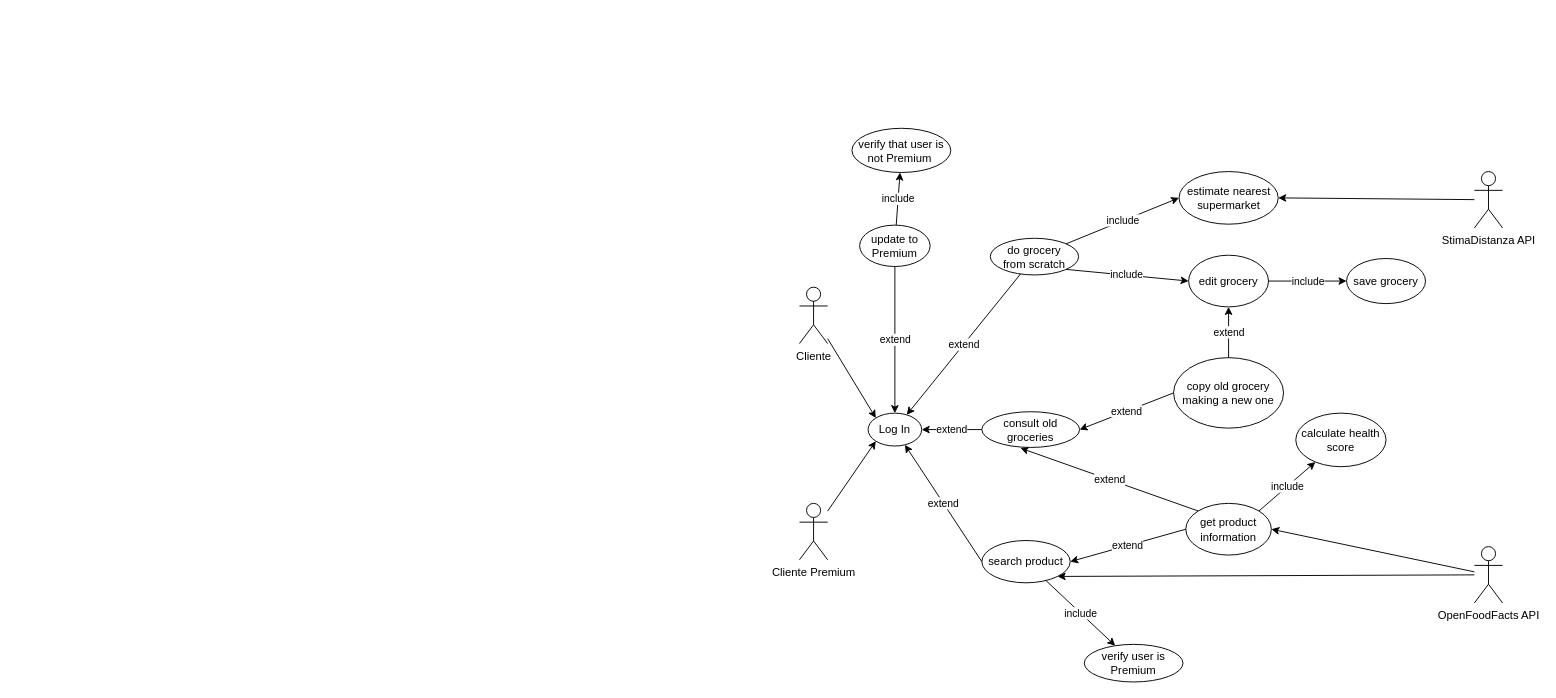
FredHats99/HealthyCart keeps this draw.io diagram as others/Use Cases/Use_Case_Diagram.drawio. Above is the earlier version. Source tidied: cells renumbered, new cells numbered last; positions are measured from the earlier drawing's top-left corner, leaving out a move shared by most shapes. Both pictures are drawn from the tidied source at 94%, with x=0, y=0 at pixel (799, 128).
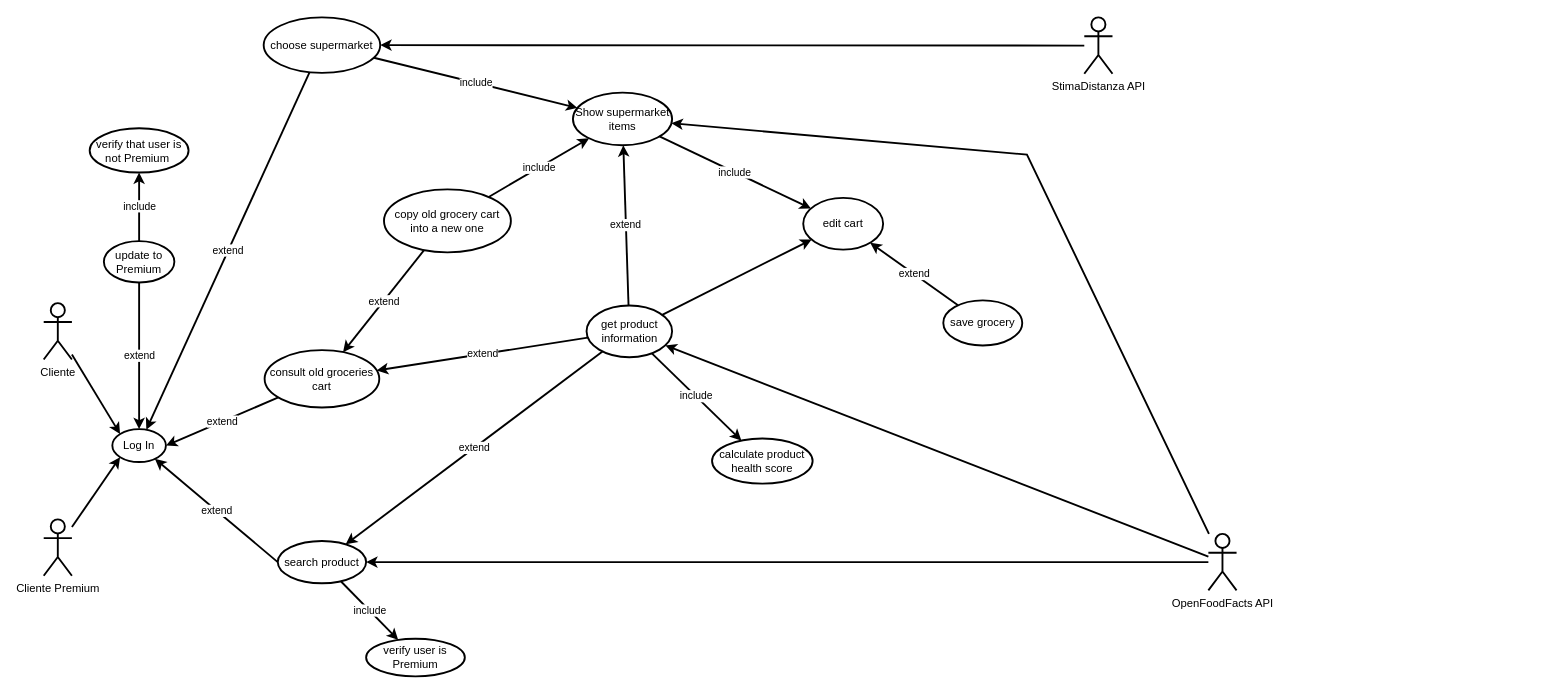
Above is the later version.

Commit message (it also covers changes not shown here):
working on UC and BCE diagram

The edit, as a diff of the source:
```diff
@@
-    <mxCell id="2" value="Cliente&lt;br&gt;" style="shape=umlActor;verticalLabelPosition=bottom;verticalAlign=top;html=1;outlineConnect=0;" parent="1" vertex="1">
-      <mxGeometry y="169" width="30" height="60" as="geometry" />
+    <mxCell id="2" value="Cliente&lt;br&gt;" style="shape=umlActor;verticalLabelPosition=bottom;verticalAlign=top;html=1;outlineConnect=0;shadow=0;strokeWidth=2;" parent="1" vertex="1">
+      <mxGeometry x="-804" y="186" width="30" height="60" as="geometry" />
     </mxCell>
-    <mxCell id="3" value="estimate nearest supermarket" style="ellipse;whiteSpace=wrap;html=1;" parent="1" vertex="1">
-      <mxGeometry x="403.8" y="46" width="105.5" height="56" as="geometry" />
+    <mxCell id="3" value="Show supermarket items" style="ellipse;whiteSpace=wrap;html=1;shadow=0;strokeWidth=2;" parent="1" vertex="1">
+      <mxGeometry x="-241" y="-38" width="105.5" height="56" as="geometry" />
     </mxCell>
-    <mxCell id="4" value="edit grocery" style="ellipse;whiteSpace=wrap;html=1;" parent="1" vertex="1">
-      <mxGeometry x="414" y="135" width="85" height="55" as="geometry" />
+    <mxCell id="4" value="edit cart" style="ellipse;whiteSpace=wrap;html=1;shadow=0;strokeWidth=2;" parent="1" vertex="1">
+      <mxGeometry x="4" y="74" width="85" height="55" as="geometry" />
     </mxCell>
-    <mxCell id="5" value="save grocery" style="ellipse;whiteSpace=wrap;html=1;" parent="1" vertex="1">
-      <mxGeometry x="582" y="138.5" width="84" height="48" as="geometry" />
+    <mxCell id="5" value="save grocery" style="ellipse;whiteSpace=wrap;html=1;shadow=0;strokeWidth=2;" parent="1" vertex="1">
+      <mxGeometry x="153" y="183" width="84" height="48" as="geometry" />
     </mxCell>
-    <mxCell id="6" value="extend" style="edgeStyle=none;rounded=0;jettySize=auto;html=1;" parent="1" edge="1" source="7" target="28">
+    <mxCell id="6" value="extend" style="edgeStyle=none;rounded=0;jettySize=auto;html=1;shadow=0;strokeWidth=2;" parent="1" edge="1" source="7" target="28">
       <mxGeometry relative="1" as="geometry" />
     </mxCell>
-    <mxCell id="7" value="do grocery&lt;br&gt;from scratch" style="ellipse;whiteSpace=wrap;html=1;" parent="1" vertex="1">
-      <mxGeometry x="203" y="117" width="94" height="39" as="geometry" />
+    <mxCell id="7" value="choose supermarket" style="ellipse;whiteSpace=wrap;html=1;shadow=0;strokeWidth=2;" parent="1" vertex="1">
+      <mxGeometry x="-570" y="-118" width="124" height="59" as="geometry" />
     </mxCell>
+    <mxCell id="38" style="edgeStyle=none;rounded=0;sketch=0;jettySize=auto;html=1;shadow=0;strokeColor=default;strokeWidth=2;startArrow=none;startFill=0;endArrow=classic;endFill=1;" parent="1" edge="1" source="8" target="3">
+      <mxGeometry relative="1" as="geometry">
+        <Array as="points">
+          <mxPoint x="242" y="28" />
+        </Array>
+      </mxGeometry>
+    </mxCell>
-    <mxCell id="8" value="OpenFoodFacts API&lt;br&gt;" style="shape=umlActor;verticalLabelPosition=bottom;verticalAlign=top;html=1;outlineConnect=0;" parent="1" vertex="1">
-      <mxGeometry x="718" y="445" width="30" height="60" as="geometry" />
+    <mxCell id="8" value="OpenFoodFacts API&lt;br&gt;" style="shape=umlActor;verticalLabelPosition=bottom;verticalAlign=top;html=1;outlineConnect=0;shadow=0;strokeWidth=2;" parent="1" vertex="1">
+      <mxGeometry x="435" y="431.5" width="30" height="60" as="geometry" />
     </mxCell>
-    <mxCell id="9" value="StimaDistanza API" style="shape=umlActor;verticalLabelPosition=bottom;verticalAlign=top;html=1;outlineConnect=0;" parent="1" vertex="1">
-      <mxGeometry x="718" y="46" width="30" height="60" as="geometry" />
+    <mxCell id="9" value="StimaDistanza API" style="shape=umlActor;verticalLabelPosition=bottom;verticalAlign=top;html=1;outlineConnect=0;shadow=0;strokeWidth=2;" parent="1" vertex="1">
+      <mxGeometry x="303" y="-118" width="30" height="60" as="geometry" />
     </mxCell>
-    <mxCell id="10" value="include" style="edgeStyle=none;rounded=0;jettySize=auto;html=1;" parent="1" edge="1" source="11" target="37">
+    <mxCell id="10" value="include" style="edgeStyle=none;rounded=0;jettySize=auto;html=1;shadow=0;strokeWidth=2;" parent="1" edge="1" source="11" target="37">
       <mxGeometry relative="1" as="geometry" />
     </mxCell>
-    <mxCell id="11" value="search product" style="ellipse;whiteSpace=wrap;html=1;" parent="1" vertex="1">
-      <mxGeometry x="194" y="438.5" width="94" height="45" as="geometry" />
+    <mxCell id="11" value="search product" style="ellipse;whiteSpace=wrap;html=1;shadow=0;strokeWidth=2;" parent="1" vertex="1">
+      <mxGeometry x="-555" y="439" width="94" height="45" as="geometry" />
     </mxCell>
-    <mxCell id="12" style="endArrow=classic;html=1;rounded=0;entryX=1;entryY=1;entryDx=0;entryDy=0;" parent="1" edge="1" source="8" target="11">
+    <mxCell id="12" style="endArrow=classic;html=1;rounded=0;shadow=0;strokeWidth=2;" parent="1" edge="1" source="8" target="11">
       <mxGeometry relative="1" as="geometry" />
     </mxCell>
-    <mxCell id="13" value="include" style="endArrow=classic;html=1;rounded=0;exitX=1;exitY=0;exitDx=0;exitDy=0;" parent="1" edge="1" source="16" target="14">
+    <mxCell id="13" value="include" style="endArrow=classic;html=1;rounded=0;shadow=0;strokeWidth=2;" parent="1" edge="1" source="16" target="14">
       <mxGeometry relative="1" as="geometry" />
     </mxCell>
-    <mxCell id="14" value="calculate health score" style="ellipse;whiteSpace=wrap;html=1;" parent="1" vertex="1">
-      <mxGeometry x="528" y="303" width="96" height="57" as="geometry" />
+    <mxCell id="14" value="calculate product health score" style="ellipse;whiteSpace=wrap;html=1;shadow=0;strokeWidth=2;" parent="1" vertex="1">
+      <mxGeometry x="-93" y="330" width="107" height="48" as="geometry" />
     </mxCell>
-    <mxCell id="15" style="endArrow=classic;html=1;rounded=0;entryX=1;entryY=0.5;entryDx=0;entryDy=0;" parent="1" edge="1" source="9" target="3">
+    <mxCell id="15" style="endArrow=classic;html=1;rounded=0;shadow=0;strokeWidth=2;" parent="1" edge="1" source="9" target="7">
       <mxGeometry relative="1" as="geometry" />
     </mxCell>
+    <mxCell id="39" style="edgeStyle=none;rounded=0;sketch=0;jettySize=auto;html=1;shadow=0;strokeColor=default;strokeWidth=2;startArrow=none;startFill=0;endArrow=classic;endFill=1;" parent="1" edge="1" source="16" target="4">
+      <mxGeometry relative="1" as="geometry" />
+    </mxCell>
-    <mxCell id="16" value="get product information" style="ellipse;whiteSpace=wrap;html=1;" parent="1" vertex="1">
-      <mxGeometry x="411" y="399" width="91" height="55" as="geometry" />
+    <mxCell id="16" value="get product information" style="ellipse;whiteSpace=wrap;html=1;shadow=0;strokeWidth=2;" parent="1" vertex="1">
+      <mxGeometry x="-226.5" y="188.5" width="91" height="55" as="geometry" />
     </mxCell>
-    <mxCell id="17" style="endArrow=classic;html=1;rounded=0;entryX=1;entryY=0.5;entryDx=0;entryDy=0;" parent="1" edge="1" source="8" target="16">
+    <mxCell id="17" style="endArrow=classic;html=1;rounded=0;shadow=0;strokeWidth=2;" parent="1" edge="1" source="8" target="16">
       <mxGeometry relative="1" as="geometry" />
     </mxCell>
-    <mxCell id="18" value="extend" style="endArrow=classic;html=1;rounded=0;exitX=0;exitY=0.5;exitDx=0;exitDy=0;entryX=1;entryY=0.5;entryDx=0;entryDy=0;" parent="1" edge="1" source="16" target="11">
+    <mxCell id="18" value="extend" style="endArrow=classic;html=1;rounded=0;shadow=0;strokeWidth=2;" parent="1" edge="1" source="16" target="11">
       <mxGeometry relative="1" as="geometry" />
     </mxCell>
+    <mxCell id="40" value="include" style="edgeStyle=none;rounded=0;jettySize=auto;html=1;startArrow=none;startFill=0;endArrow=classic;endFill=1;shadow=0;strokeWidth=2;" parent="1" edge="1" source="19" target="3">
+      <mxGeometry relative="1" as="geometry" />
+    </mxCell>
-    <mxCell id="19" value="copy old grocery&lt;br&gt;making a new one" style="ellipse;whiteSpace=wrap;html=1;" parent="1" vertex="1">
-      <mxGeometry x="398" y="244" width="117" height="75" as="geometry" />
+    <mxCell id="19" value="copy old grocery cart into a new one" style="ellipse;whiteSpace=wrap;html=1;shadow=0;strokeWidth=2;" parent="1" vertex="1">
+      <mxGeometry x="-442" y="65" width="135" height="67" as="geometry" />
     </mxCell>
-    <mxCell id="20" value="include" style="endArrow=classic;html=1;rounded=0;entryX=0;entryY=0.5;entryDx=0;entryDy=0;exitX=1;exitY=0;exitDx=0;exitDy=0;" parent="1" edge="1" source="7" target="3">
+    <mxCell id="20" value="include" style="endArrow=classic;html=1;rounded=0;startArrow=none;startFill=0;endFill=1;shadow=0;strokeWidth=2;" parent="1" edge="1" source="7" target="3">
       <mxGeometry relative="1" as="geometry" />
     </mxCell>
-    <mxCell id="21" value="include" style="endArrow=classic;html=1;rounded=0;exitX=1;exitY=1;exitDx=0;exitDy=0;entryX=0;entryY=0.5;entryDx=0;entryDy=0;" parent="1" edge="1" source="7" target="4">
+    <mxCell id="21" value="include" style="endArrow=classic;html=1;rounded=0;startArrow=none;startFill=0;endFill=1;shadow=0;strokeWidth=2;" parent="1" edge="1" source="3" target="4">
       <mxGeometry relative="1" as="geometry" />
     </mxCell>
-    <mxCell id="22" value="extend" style="endArrow=classic;html=1;rounded=0;entryX=1;entryY=0.5;entryDx=0;entryDy=0;exitX=0;exitY=0.5;exitDx=0;exitDy=0;" parent="1" edge="1" source="19" target="32">
+    <mxCell id="22" value="extend" style="endArrow=classic;html=1;rounded=0;shadow=0;strokeWidth=2;" parent="1" edge="1" source="19" target="32">
       <mxGeometry relative="1" as="geometry" />
     </mxCell>
-    <mxCell id="23" value="extend" style="endArrow=classic;html=1;rounded=0;entryX=0.5;entryY=1;entryDx=0;entryDy=0;exitX=0.5;exitY=0;exitDx=0;exitDy=0;" parent="1" edge="1" source="19" target="4">
-      <mxGeometry relative="1" as="geometry" />
-    </mxCell>
-    <mxCell id="24" value="include" style="endArrow=classic;html=1;rounded=0;entryX=0;entryY=0.5;entryDx=0;entryDy=0;exitX=1;exitY=0.5;exitDx=0;exitDy=0;" parent="1" edge="1" source="4" target="5">
+    <mxCell id="24" value="extend" style="endArrow=none;html=1;rounded=0;startArrow=classic;startFill=1;endFill=0;shadow=0;strokeWidth=2;" parent="1" edge="1" source="4" target="5">
       <mxGeometry relative="1" as="geometry" />
     </mxCell>
-    <mxCell id="25" value="extend" style="endArrow=classic;html=1;rounded=0;entryX=0.395;entryY=1.019;entryDx=0;entryDy=0;exitX=0;exitY=0;exitDx=0;exitDy=0;entryPerimeter=0;" parent="1" edge="1" source="16" target="32">
-      <mxGeometry relative="1" as="geometry" />
-    </mxCell>
-    <mxCell id="26" value="Cliente Premium" style="shape=umlActor;verticalLabelPosition=bottom;verticalAlign=top;html=1;outlineConnect=0;" parent="1" vertex="1">
-      <mxGeometry y="399" width="30" height="60" as="geometry" />
+    <mxCell id="26" value="Cliente Premium" style="shape=umlActor;verticalLabelPosition=bottom;verticalAlign=top;html=1;outlineConnect=0;shadow=0;strokeWidth=2;" parent="1" vertex="1">
+      <mxGeometry x="-804" y="416" width="30" height="60" as="geometry" />
     </mxCell>
-    <mxCell id="27" value="extend" style="rounded=0;jettySize=auto;html=1;exitX=0;exitY=0.5;exitDx=0;exitDy=0;" parent="1" edge="1" source="11" target="28">
+    <mxCell id="27" value="extend" style="rounded=0;jettySize=auto;html=1;exitX=0;exitY=0.5;exitDx=0;exitDy=0;shadow=0;strokeWidth=2;" parent="1" edge="1" source="11" target="28">
       <mxGeometry relative="1" as="geometry" />
     </mxCell>
-    <mxCell id="28" value="Log In" style="ellipse;whiteSpace=wrap;html=1;" parent="1" vertex="1">
-      <mxGeometry x="73" y="303" width="57" height="35" as="geometry" />
+    <mxCell id="28" value="Log In" style="ellipse;whiteSpace=wrap;html=1;shadow=0;strokeWidth=2;" parent="1" vertex="1">
+      <mxGeometry x="-731" y="320" width="57" height="35" as="geometry" />
     </mxCell>
-    <mxCell id="29" style="endArrow=classic;html=1;rounded=0;entryX=0;entryY=0;entryDx=0;entryDy=0;" parent="1" edge="1" source="2" target="28">
+    <mxCell id="29" style="endArrow=classic;html=1;rounded=0;entryX=0;entryY=0;entryDx=0;entryDy=0;shadow=0;strokeWidth=2;" parent="1" edge="1" source="2" target="28">
       <mxGeometry relative="1" as="geometry" />
     </mxCell>
-    <mxCell id="30" style="endArrow=classic;html=1;rounded=0;entryX=0;entryY=1;entryDx=0;entryDy=0;" parent="1" edge="1" source="26" target="28">
+    <mxCell id="30" style="endArrow=classic;html=1;rounded=0;entryX=0;entryY=1;entryDx=0;entryDy=0;shadow=0;strokeWidth=2;" parent="1" edge="1" source="26" target="28">
       <mxGeometry relative="1" as="geometry" />
     </mxCell>
-    <mxCell id="31" value="extend" style="edgeStyle=none;rounded=0;jettySize=auto;html=1;entryX=1;entryY=0.5;entryDx=0;entryDy=0;" parent="1" edge="1" source="32" target="28">
+    <mxCell id="31" value="extend" style="edgeStyle=none;rounded=0;jettySize=auto;html=1;entryX=1;entryY=0.5;entryDx=0;entryDy=0;shadow=0;strokeWidth=2;" parent="1" edge="1" source="32" target="28">
       <mxGeometry relative="1" as="geometry" />
     </mxCell>
+    <mxCell id="41" value="extend&lt;br&gt;" style="edgeStyle=none;rounded=0;jettySize=auto;html=1;startArrow=classic;startFill=1;endArrow=none;endFill=0;shadow=0;strokeWidth=2;" parent="1" edge="1" source="32" target="16">
+      <mxGeometry relative="1" as="geometry" />
+    </mxCell>
-    <mxCell id="32" value="consult old groceries" style="ellipse;whiteSpace=wrap;html=1;" parent="1" vertex="1">
-      <mxGeometry x="194" y="301.5" width="104" height="38" as="geometry" />
+    <mxCell id="32" value="consult old groceries cart" style="ellipse;whiteSpace=wrap;html=1;shadow=0;strokeWidth=2;" parent="1" vertex="1">
+      <mxGeometry x="-569" y="236" width="122" height="61" as="geometry" />
     </mxCell>
-    <mxCell id="33" value="extend" style="edgeStyle=none;rounded=0;jettySize=auto;html=1;" parent="1" edge="1" source="35" target="28">
+    <mxCell id="33" value="extend" style="edgeStyle=none;rounded=0;jettySize=auto;html=1;shadow=0;strokeWidth=2;" parent="1" edge="1" source="35" target="28">
       <mxGeometry relative="1" as="geometry" />
     </mxCell>
-    <mxCell id="34" value="include" style="edgeStyle=none;rounded=0;jettySize=auto;html=1;" parent="1" edge="1" source="35" target="36">
+    <mxCell id="34" value="include" style="edgeStyle=none;rounded=0;jettySize=auto;html=1;shadow=0;strokeWidth=2;" parent="1" edge="1" source="35" target="36">
       <mxGeometry relative="1" as="geometry" />
     </mxCell>
-    <mxCell id="35" value="update to Premium" style="ellipse;whiteSpace=wrap;html=1;" parent="1" vertex="1">
-      <mxGeometry x="64" y="103" width="75" height="44" as="geometry" />
+    <mxCell id="35" value="update to Premium" style="ellipse;whiteSpace=wrap;html=1;shadow=0;strokeWidth=2;" parent="1" vertex="1">
+      <mxGeometry x="-740" y="120" width="75" height="44" as="geometry" />
     </mxCell>
-    <mxCell id="36" value="verify that user is not Premium&amp;nbsp;" style="ellipse;whiteSpace=wrap;html=1;" parent="1" vertex="1">
-      <mxGeometry x="55.8" width="105.2" height="47" as="geometry" />
+    <mxCell id="36" value="verify that user is not Premium&amp;nbsp;" style="ellipse;whiteSpace=wrap;html=1;shadow=0;strokeWidth=2;" parent="1" vertex="1">
+      <mxGeometry x="-755.1" width="105.2" height="47" as="geometry" />
     </mxCell>
-    <mxCell id="37" value="verify user is Premium" style="ellipse;whiteSpace=wrap;html=1;" parent="1" vertex="1">
-      <mxGeometry x="303" y="549" width="105" height="40" as="geometry" />
+    <mxCell id="37" value="verify user is Premium" style="ellipse;whiteSpace=wrap;html=1;shadow=0;strokeWidth=2;" parent="1" vertex="1">
+      <mxGeometry x="-461" y="543" width="105" height="40" as="geometry" />
     </mxCell>
+    <mxCell id="42" value="extend" style="edgeStyle=none;rounded=0;jettySize=auto;html=1;startArrow=classic;startFill=1;endArrow=none;endFill=0;shadow=0;strokeWidth=2;" parent="1" edge="1" source="3" target="16">
+      <mxGeometry relative="1" as="geometry" />
+    </mxCell>
```
